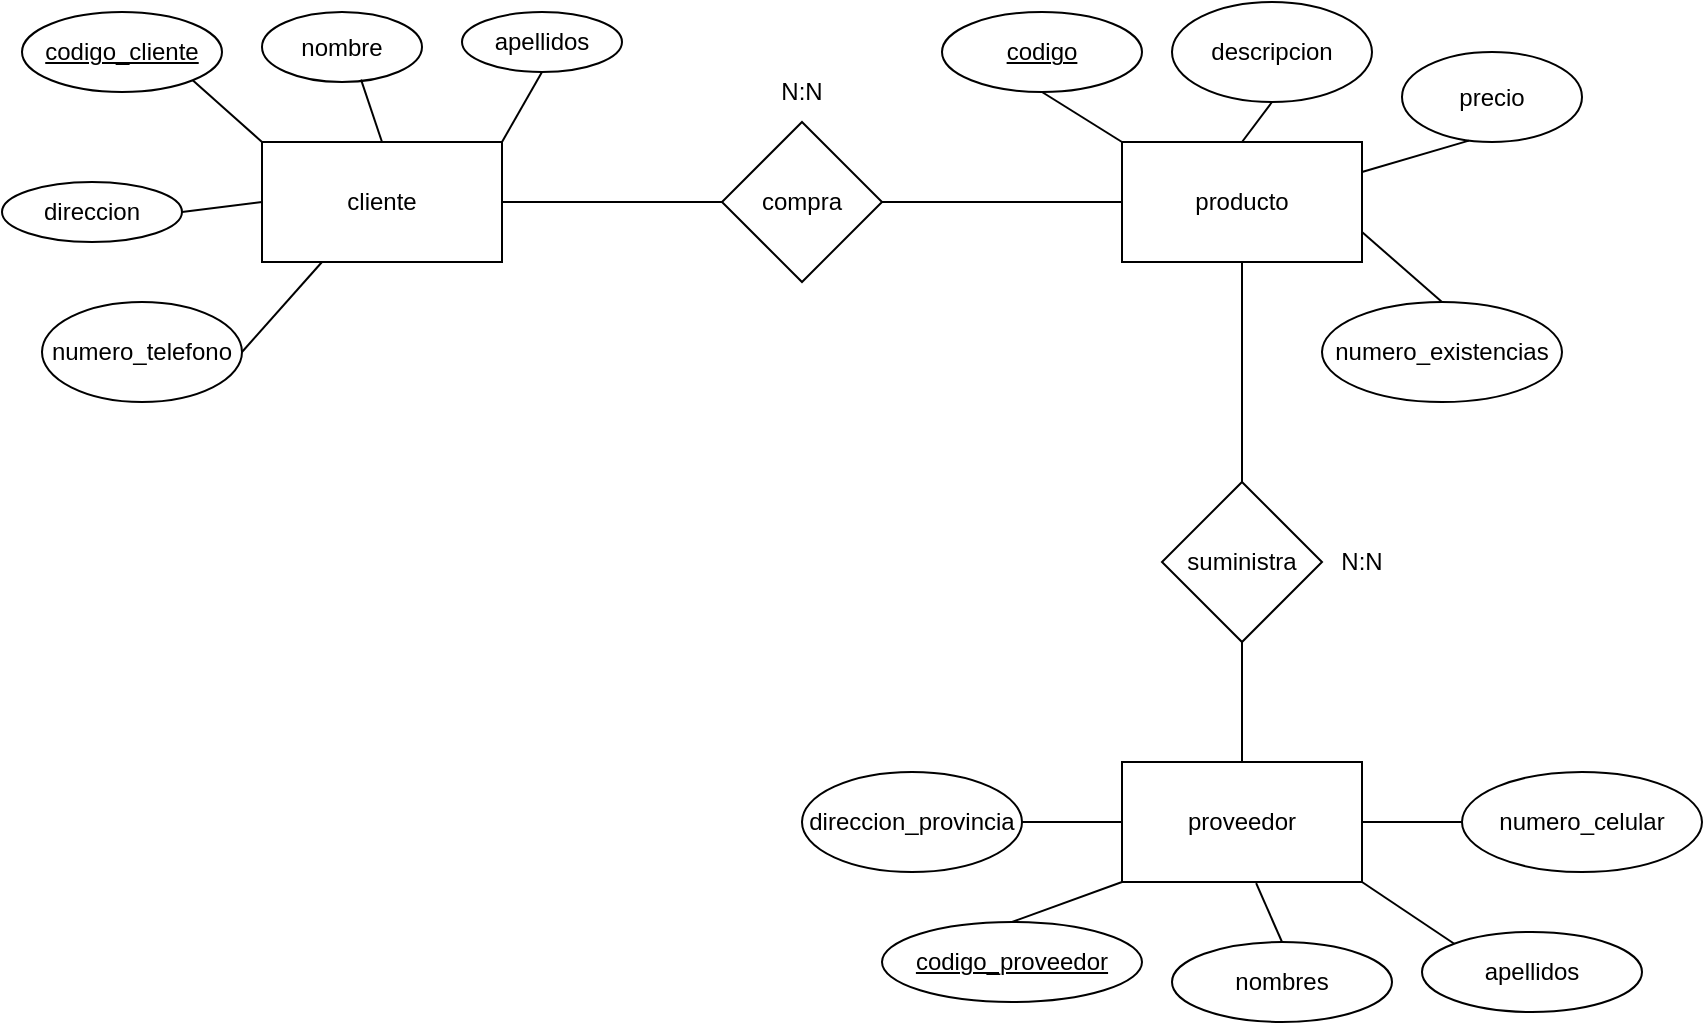
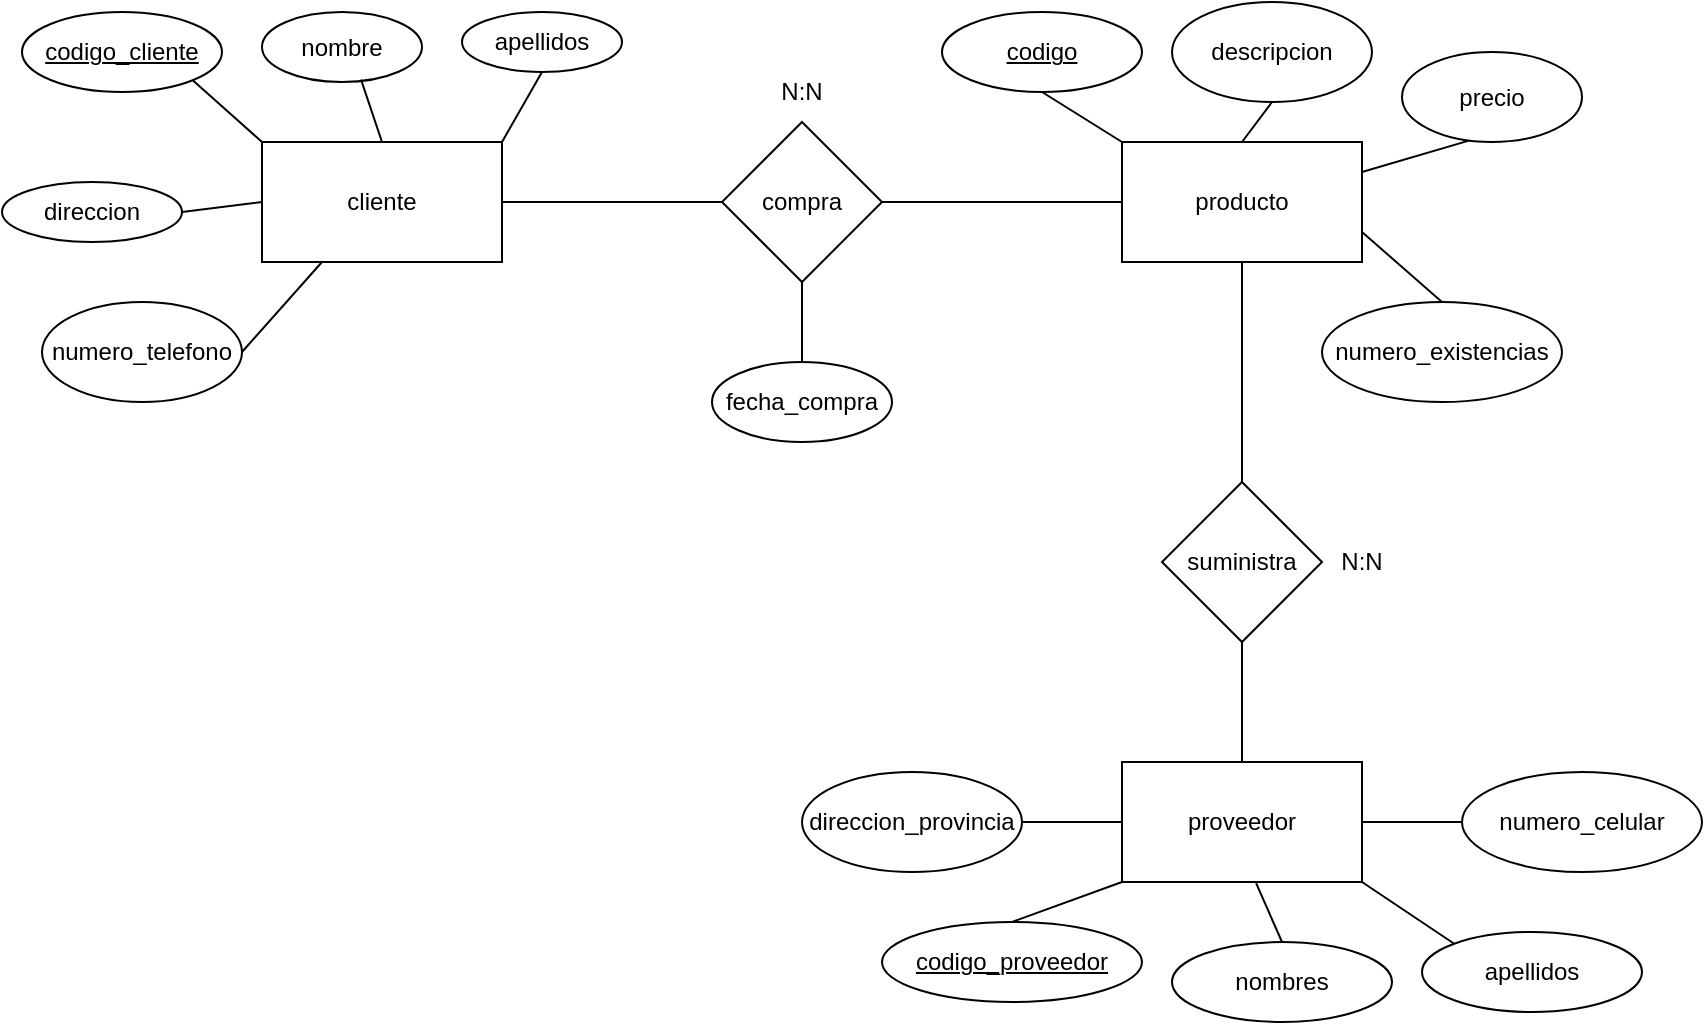
<mxfile host="app.diagrams.net">
  <diagram name="Página-1" id="B8wc3WVkb9BD6FNK_rlR">
    <mxGraphModel dx="1393" dy="975" grid="1" gridSize="10" guides="1" tooltips="1" connect="1" arrows="1" fold="1" page="1" pageScale="1" pageWidth="1200" pageHeight="1600" math="0" shadow="0">
      <root>
        <mxCell id="0" />
        <mxCell id="1" parent="0" />
        <mxCell id="BNQywIbXYU9nSWFMI3Y6-1" parent="1" style="rounded=0;whiteSpace=wrap;html=1;" value="producto" vertex="1">
          <mxGeometry height="60" width="120" x="590" y="300" as="geometry" />
        </mxCell>
        <mxCell id="BNQywIbXYU9nSWFMI3Y6-2" parent="1" style="ellipse;whiteSpace=wrap;html=1;fontStyle=4" value="codigo" vertex="1">
          <mxGeometry height="40" width="100" x="500" y="235" as="geometry" />
        </mxCell>
        <mxCell id="BNQywIbXYU9nSWFMI3Y6-3" parent="1" style="ellipse;whiteSpace=wrap;html=1;" value="descripcion" vertex="1">
          <mxGeometry height="50" width="100" x="615" y="230" as="geometry" />
        </mxCell>
        <mxCell id="BNQywIbXYU9nSWFMI3Y6-4" parent="1" style="ellipse;whiteSpace=wrap;html=1;" value="precio" vertex="1">
          <mxGeometry height="45" width="90" x="730" y="255" as="geometry" />
        </mxCell>
        <mxCell id="BNQywIbXYU9nSWFMI3Y6-5" parent="1" style="ellipse;whiteSpace=wrap;html=1;" value="numero_existencias" vertex="1">
          <mxGeometry height="50" width="120" x="690" y="380" as="geometry" />
        </mxCell>
        <mxCell id="BNQywIbXYU9nSWFMI3Y6-6" edge="1" parent="1" source="BNQywIbXYU9nSWFMI3Y6-1" style="endArrow=none;html=1;rounded=0;exitX=0.5;exitY=0;exitDx=0;exitDy=0;entryX=0.5;entryY=1;entryDx=0;entryDy=0;" target="BNQywIbXYU9nSWFMI3Y6-3" value="">
          <mxGeometry height="50" relative="1" width="50" as="geometry">
            <mxPoint x="210" y="320" as="sourcePoint" />
            <mxPoint x="260" y="270" as="targetPoint" />
          </mxGeometry>
        </mxCell>
        <mxCell id="BNQywIbXYU9nSWFMI3Y6-7" edge="1" parent="1" source="BNQywIbXYU9nSWFMI3Y6-1" style="endArrow=none;html=1;rounded=0;exitX=1;exitY=0.25;exitDx=0;exitDy=0;entryX=0.372;entryY=0.985;entryDx=0;entryDy=0;entryPerimeter=0;" target="BNQywIbXYU9nSWFMI3Y6-4" value="">
          <mxGeometry height="50" relative="1" width="50" as="geometry">
            <mxPoint x="360" y="330" as="sourcePoint" />
            <mxPoint x="410" y="280" as="targetPoint" />
          </mxGeometry>
        </mxCell>
        <mxCell id="BNQywIbXYU9nSWFMI3Y6-8" edge="1" parent="1" source="BNQywIbXYU9nSWFMI3Y6-5" style="endArrow=none;html=1;rounded=0;exitX=0.5;exitY=0;exitDx=0;exitDy=0;entryX=1;entryY=0.75;entryDx=0;entryDy=0;" target="BNQywIbXYU9nSWFMI3Y6-1" value="">
          <mxGeometry height="50" relative="1" width="50" as="geometry">
            <mxPoint x="200" y="420" as="sourcePoint" />
            <mxPoint x="250" y="370" as="targetPoint" />
          </mxGeometry>
        </mxCell>
        <mxCell id="BNQywIbXYU9nSWFMI3Y6-9" edge="1" parent="1" source="BNQywIbXYU9nSWFMI3Y6-2" style="endArrow=none;html=1;rounded=0;exitX=0.5;exitY=1;exitDx=0;exitDy=0;entryX=0;entryY=0;entryDx=0;entryDy=0;" target="BNQywIbXYU9nSWFMI3Y6-1" value="">
          <mxGeometry height="50" relative="1" width="50" as="geometry">
            <mxPoint x="170" y="300" as="sourcePoint" />
            <mxPoint x="220" y="250" as="targetPoint" />
          </mxGeometry>
        </mxCell>
        <mxCell id="BNQywIbXYU9nSWFMI3Y6-10" parent="1" style="rounded=0;whiteSpace=wrap;html=1;" value="cliente" vertex="1">
          <mxGeometry height="60" width="120" x="160" y="300" as="geometry" />
        </mxCell>
        <mxCell id="BNQywIbXYU9nSWFMI3Y6-11" parent="1" style="ellipse;whiteSpace=wrap;html=1;fontStyle=4" value="codigo_cliente" vertex="1">
          <mxGeometry height="40" width="100" x="40" y="235" as="geometry" />
        </mxCell>
        <mxCell id="BNQywIbXYU9nSWFMI3Y6-12" parent="1" style="ellipse;whiteSpace=wrap;html=1;" value="nombre" vertex="1">
          <mxGeometry height="35" width="80" x="160" y="235" as="geometry" />
        </mxCell>
        <mxCell id="BNQywIbXYU9nSWFMI3Y6-13" parent="1" style="ellipse;whiteSpace=wrap;html=1;" value="apellidos" vertex="1">
          <mxGeometry height="30" width="80" x="260" y="235" as="geometry" />
        </mxCell>
        <mxCell id="BNQywIbXYU9nSWFMI3Y6-14" parent="1" style="ellipse;whiteSpace=wrap;html=1;" value="direccion" vertex="1">
          <mxGeometry height="30" width="90" x="30" y="320" as="geometry" />
        </mxCell>
        <mxCell id="BNQywIbXYU9nSWFMI3Y6-15" parent="1" style="ellipse;whiteSpace=wrap;html=1;" value="numero_telefono" vertex="1">
          <mxGeometry height="50" width="100" x="50" y="380" as="geometry" />
        </mxCell>
        <mxCell id="BNQywIbXYU9nSWFMI3Y6-16" edge="1" parent="1" source="BNQywIbXYU9nSWFMI3Y6-15" style="endArrow=none;html=1;rounded=0;exitX=1;exitY=0.5;exitDx=0;exitDy=0;entryX=0.25;entryY=1;entryDx=0;entryDy=0;" target="BNQywIbXYU9nSWFMI3Y6-10" value="">
          <mxGeometry height="50" relative="1" width="50" as="geometry">
            <mxPoint x="140" y="420" as="sourcePoint" />
            <mxPoint x="190" y="370" as="targetPoint" />
          </mxGeometry>
        </mxCell>
        <mxCell id="BNQywIbXYU9nSWFMI3Y6-17" edge="1" parent="1" source="BNQywIbXYU9nSWFMI3Y6-14" style="endArrow=none;html=1;rounded=0;exitX=1;exitY=0.5;exitDx=0;exitDy=0;entryX=0;entryY=0.5;entryDx=0;entryDy=0;" target="BNQywIbXYU9nSWFMI3Y6-10" value="">
          <mxGeometry height="50" relative="1" width="50" as="geometry">
            <mxPoint x="120" y="355" as="sourcePoint" />
            <mxPoint x="170" y="305" as="targetPoint" />
          </mxGeometry>
        </mxCell>
        <mxCell id="BNQywIbXYU9nSWFMI3Y6-18" edge="1" parent="1" source="BNQywIbXYU9nSWFMI3Y6-11" style="endArrow=none;html=1;rounded=0;entryX=0;entryY=0;entryDx=0;entryDy=0;exitX=1;exitY=1;exitDx=0;exitDy=0;" target="BNQywIbXYU9nSWFMI3Y6-10" value="">
          <mxGeometry height="50" relative="1" width="50" as="geometry">
            <mxPoint x="90" y="320" as="sourcePoint" />
            <mxPoint x="140" y="270" as="targetPoint" />
          </mxGeometry>
        </mxCell>
        <mxCell id="BNQywIbXYU9nSWFMI3Y6-20" edge="1" parent="1" source="BNQywIbXYU9nSWFMI3Y6-10" style="endArrow=none;html=1;rounded=0;entryX=0.5;entryY=1;entryDx=0;entryDy=0;exitX=1;exitY=0;exitDx=0;exitDy=0;" target="BNQywIbXYU9nSWFMI3Y6-13" value="">
          <mxGeometry height="50" relative="1" width="50" as="geometry">
            <mxPoint x="310" y="355" as="sourcePoint" />
            <mxPoint x="360" y="305" as="targetPoint" />
          </mxGeometry>
        </mxCell>
        <mxCell id="BNQywIbXYU9nSWFMI3Y6-21" edge="1" parent="1" source="BNQywIbXYU9nSWFMI3Y6-10" style="endArrow=none;html=1;rounded=0;exitX=0.5;exitY=0;exitDx=0;exitDy=0;entryX=0.619;entryY=0.967;entryDx=0;entryDy=0;entryPerimeter=0;" target="BNQywIbXYU9nSWFMI3Y6-12" value="">
          <mxGeometry height="50" relative="1" width="50" as="geometry">
            <mxPoint x="160" y="325" as="sourcePoint" />
            <mxPoint x="200" y="275" as="targetPoint" />
          </mxGeometry>
        </mxCell>
        <mxCell id="BNQywIbXYU9nSWFMI3Y6-22" parent="1" style="rounded=0;whiteSpace=wrap;html=1;" value="proveedor" vertex="1">
          <mxGeometry height="60" width="120" x="590" y="610" as="geometry" />
        </mxCell>
        <mxCell id="BNQywIbXYU9nSWFMI3Y6-23" parent="1" style="ellipse;whiteSpace=wrap;html=1;fontStyle=4" value="codigo_proveedor" vertex="1">
          <mxGeometry height="40" width="130" x="470" y="690" as="geometry" />
        </mxCell>
        <mxCell id="BNQywIbXYU9nSWFMI3Y6-24" parent="1" style="ellipse;whiteSpace=wrap;html=1;" value="nombres" vertex="1">
          <mxGeometry height="40" width="110" x="615" y="700" as="geometry" />
        </mxCell>
        <mxCell id="BNQywIbXYU9nSWFMI3Y6-25" parent="1" style="ellipse;whiteSpace=wrap;html=1;" value="apellidos" vertex="1">
          <mxGeometry height="40" width="110" x="740" y="695" as="geometry" />
        </mxCell>
        <mxCell id="BNQywIbXYU9nSWFMI3Y6-26" parent="1" style="ellipse;whiteSpace=wrap;html=1;" value="direccion_provincia" vertex="1">
          <mxGeometry height="50" width="110" x="430" y="615" as="geometry" />
        </mxCell>
        <mxCell id="BNQywIbXYU9nSWFMI3Y6-27" parent="1" style="ellipse;whiteSpace=wrap;html=1;" value="numero_celular" vertex="1">
          <mxGeometry height="50" width="120" x="760" y="615" as="geometry" />
        </mxCell>
        <mxCell id="BNQywIbXYU9nSWFMI3Y6-28" edge="1" parent="1" source="BNQywIbXYU9nSWFMI3Y6-26" style="endArrow=none;html=1;rounded=0;entryX=0;entryY=0.5;entryDx=0;entryDy=0;exitX=1;exitY=0.5;exitDx=0;exitDy=0;" target="BNQywIbXYU9nSWFMI3Y6-22" value="">
          <mxGeometry height="50" relative="1" width="50" as="geometry">
            <mxPoint x="540" y="650" as="sourcePoint" />
            <mxPoint x="590" y="600" as="targetPoint" />
          </mxGeometry>
        </mxCell>
        <mxCell id="BNQywIbXYU9nSWFMI3Y6-29" edge="1" parent="1" source="BNQywIbXYU9nSWFMI3Y6-23" style="endArrow=none;html=1;rounded=0;exitX=0.5;exitY=0;exitDx=0;exitDy=0;entryX=0;entryY=1;entryDx=0;entryDy=0;" target="BNQywIbXYU9nSWFMI3Y6-22" value="">
          <mxGeometry height="50" relative="1" width="50" as="geometry">
            <mxPoint x="575" y="720" as="sourcePoint" />
            <mxPoint x="625" y="670" as="targetPoint" />
          </mxGeometry>
        </mxCell>
        <mxCell id="BNQywIbXYU9nSWFMI3Y6-30" edge="1" parent="1" source="BNQywIbXYU9nSWFMI3Y6-24" style="endArrow=none;html=1;rounded=0;exitX=0.5;exitY=0;exitDx=0;exitDy=0;entryX=0.559;entryY=1.01;entryDx=0;entryDy=0;entryPerimeter=0;" target="BNQywIbXYU9nSWFMI3Y6-22" value="">
          <mxGeometry height="50" relative="1" width="50" as="geometry">
            <mxPoint x="615" y="735" as="sourcePoint" />
            <mxPoint x="665" y="685" as="targetPoint" />
          </mxGeometry>
        </mxCell>
        <mxCell id="BNQywIbXYU9nSWFMI3Y6-31" edge="1" parent="1" source="BNQywIbXYU9nSWFMI3Y6-25" style="endArrow=none;html=1;rounded=0;exitX=0;exitY=0;exitDx=0;exitDy=0;entryX=1;entryY=1;entryDx=0;entryDy=0;" target="BNQywIbXYU9nSWFMI3Y6-22" value="">
          <mxGeometry height="50" relative="1" width="50" as="geometry">
            <mxPoint x="700" y="670" as="sourcePoint" />
            <mxPoint x="750" y="620" as="targetPoint" />
          </mxGeometry>
        </mxCell>
        <mxCell id="BNQywIbXYU9nSWFMI3Y6-32" edge="1" parent="1" source="BNQywIbXYU9nSWFMI3Y6-22" style="endArrow=none;html=1;rounded=0;entryX=0;entryY=0.5;entryDx=0;entryDy=0;exitX=1;exitY=0.5;exitDx=0;exitDy=0;" target="BNQywIbXYU9nSWFMI3Y6-27" value="">
          <mxGeometry height="50" relative="1" width="50" as="geometry">
            <mxPoint x="710" y="640" as="sourcePoint" />
            <mxPoint x="760" y="590" as="targetPoint" />
          </mxGeometry>
        </mxCell>
        <mxCell id="BNQywIbXYU9nSWFMI3Y6-33" parent="1" style="rhombus;whiteSpace=wrap;html=1;" value="compra" vertex="1">
          <mxGeometry height="80" width="80" x="390" y="290" as="geometry" />
        </mxCell>
        <mxCell id="BNQywIbXYU9nSWFMI3Y6-34" edge="1" parent="1" source="BNQywIbXYU9nSWFMI3Y6-33" style="endArrow=none;html=1;rounded=0;exitX=1;exitY=0.5;exitDx=0;exitDy=0;entryX=0;entryY=0.5;entryDx=0;entryDy=0;" target="BNQywIbXYU9nSWFMI3Y6-1" value="">
          <mxGeometry height="50" relative="1" width="50" as="geometry">
            <mxPoint x="540" y="380" as="sourcePoint" />
            <mxPoint x="590" y="330" as="targetPoint" />
          </mxGeometry>
        </mxCell>
        <mxCell id="BNQywIbXYU9nSWFMI3Y6-35" edge="1" parent="1" source="BNQywIbXYU9nSWFMI3Y6-10" style="endArrow=none;html=1;rounded=0;entryX=0;entryY=0.5;entryDx=0;entryDy=0;exitX=1;exitY=0.5;exitDx=0;exitDy=0;" target="BNQywIbXYU9nSWFMI3Y6-33" value="">
          <mxGeometry height="50" relative="1" width="50" as="geometry">
            <mxPoint x="310" y="370" as="sourcePoint" />
            <mxPoint x="360" y="320" as="targetPoint" />
          </mxGeometry>
        </mxCell>
        <mxCell id="BNQywIbXYU9nSWFMI3Y6-36" parent="1" style="text;html=1;whiteSpace=wrap;strokeColor=none;fillColor=none;align=center;verticalAlign=middle;rounded=0;" value="N:N" vertex="1">
          <mxGeometry height="30" width="60" x="400" y="260" as="geometry" />
        </mxCell>
        <mxCell id="BNQywIbXYU9nSWFMI3Y6-37" parent="1" style="rhombus;whiteSpace=wrap;html=1;" value="suministra" vertex="1">
          <mxGeometry height="80" width="80" x="610" y="470" as="geometry" />
        </mxCell>
        <mxCell id="BNQywIbXYU9nSWFMI3Y6-38" parent="1" style="text;html=1;whiteSpace=wrap;strokeColor=none;fillColor=none;align=center;verticalAlign=middle;rounded=0;" value="N:N" vertex="1">
          <mxGeometry height="30" width="60" x="680" y="495" as="geometry" />
        </mxCell>
        <mxCell id="BNQywIbXYU9nSWFMI3Y6-39" edge="1" parent="1" source="BNQywIbXYU9nSWFMI3Y6-37" style="endArrow=none;html=1;rounded=0;exitX=0.5;exitY=0;exitDx=0;exitDy=0;entryX=0.5;entryY=1;entryDx=0;entryDy=0;" target="BNQywIbXYU9nSWFMI3Y6-1" value="">
          <mxGeometry height="50" relative="1" width="50" as="geometry">
            <mxPoint x="630" y="430" as="sourcePoint" />
            <mxPoint x="680" y="380" as="targetPoint" />
          </mxGeometry>
        </mxCell>
        <mxCell id="BNQywIbXYU9nSWFMI3Y6-40" edge="1" parent="1" source="BNQywIbXYU9nSWFMI3Y6-22" style="endArrow=none;html=1;rounded=0;exitX=0.5;exitY=0;exitDx=0;exitDy=0;" value="">
          <mxGeometry height="50" relative="1" width="50" as="geometry">
            <mxPoint x="600" y="580" as="sourcePoint" />
            <mxPoint x="650" y="550" as="targetPoint" />
          </mxGeometry>
        </mxCell>
+         <mxCell id="BujW4hblMzIP4KFRvP8k-1" parent="1" style="ellipse;whiteSpace=wrap;html=1;" value="fecha_compra" vertex="1">
+           <mxGeometry height="40" width="90" x="385" y="410" as="geometry" />
+         </mxCell>
+         <mxCell id="BujW4hblMzIP4KFRvP8k-2" edge="1" parent="1" source="BujW4hblMzIP4KFRvP8k-1" style="endArrow=none;html=1;rounded=0;entryX=0.5;entryY=1;entryDx=0;entryDy=0;exitX=0.5;exitY=0;exitDx=0;exitDy=0;" target="BNQywIbXYU9nSWFMI3Y6-33" value="">
+           <mxGeometry height="50" relative="1" width="50" as="geometry">
+             <mxPoint x="440" y="420" as="sourcePoint" />
+             <mxPoint x="490" y="370" as="targetPoint" />
+           </mxGeometry>
+         </mxCell>
      </root>
    </mxGraphModel>
  </diagram>
</mxfile>
